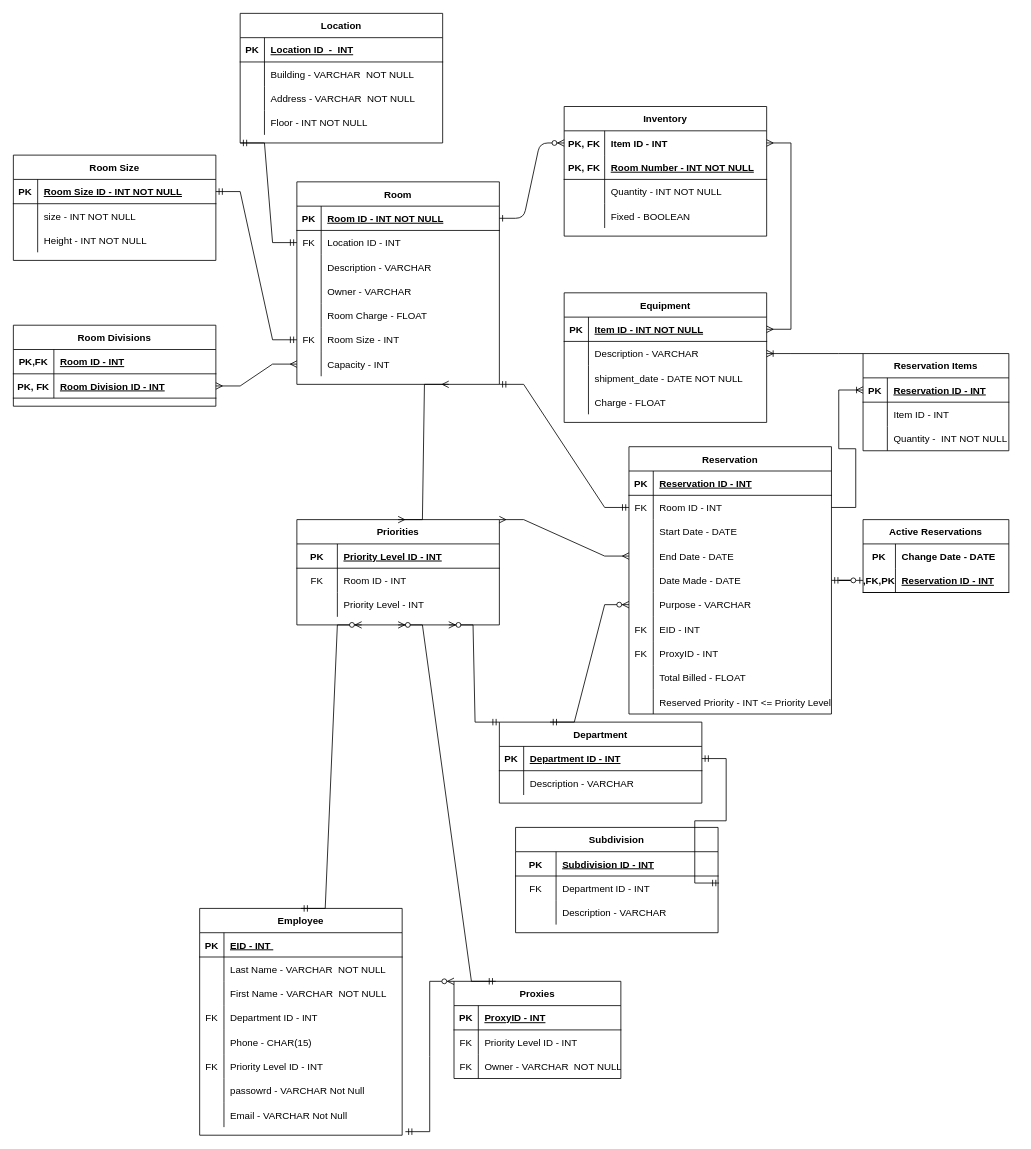
Before: Projcet1.drawio in seanjedi/comp-163-database-design-class, a draw.io diagram. Source tidied: cells renumbered, new cells numbered last; positions are measured from the earlier drawing's top-left corner, leaving out a move shared by most shapes. Both pictures are drawn from the tidied source at 81%, with x=0, y=0 at pixel (13, 13).
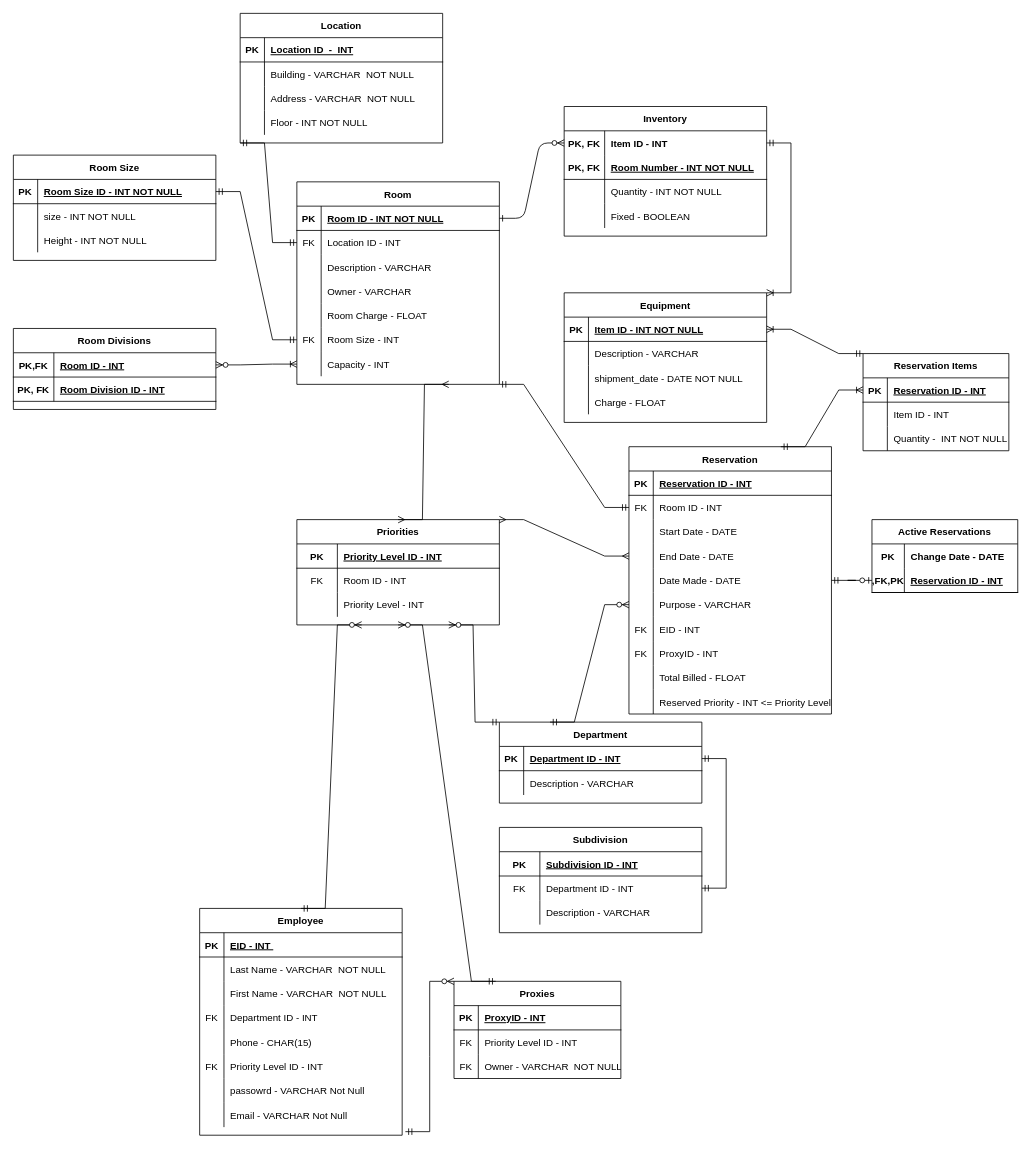
Above is the later version.

The change refers to these unchanged cells:
```xml
<mxCell id="4" style="shape=partialRectangle;fillColor=none;points=[[0,0.5],[1,0.5]];portConstraint=eastwest;top=0;left=0;right=0;bottom=0;" parent="3" vertex="1">
  <mxGeometry y="30" width="250" height="30" as="geometry" />
</mxCell>
<mxCell id="16" value="Equipment" style="shape=table;startSize=30;childLayout=tableLayout;rowLines=0;fontStyle=1;align=center;" parent="1" vertex="1">
  <mxGeometry x="680" y="345" width="250" height="160" as="geometry" />
</mxCell>
<mxCell id="17" style="shape=partialRectangle;fillColor=none;points=[[0,0.5],[1,0.5]];portConstraint=eastwest;top=0;left=0;right=0;bottom=1;" parent="16" vertex="1">
  <mxGeometry y="30" width="250" height="30" as="geometry" />
</mxCell>
<mxCell id="20" style="shape=partialRectangle;fillColor=none;points=[[0,0.5],[1,0.5]];portConstraint=eastwest;top=0;left=0;right=0;bottom=0;" parent="16" vertex="1">
  <mxGeometry y="60" width="250" height="30" as="geometry" />
</mxCell>
<mxCell id="48" style="shape=tableRow;horizontal=0;startSize=0;swimlaneHead=0;swimlaneBody=0;fillColor=none;points=[[0,0.5],[1,0.5]];portConstraint=eastwest;top=0;left=0;right=0;bottom=0;" parent="29" vertex="1">
  <mxGeometry y="210" width="250" height="30" as="geometry" />
</mxCell>
<mxCell id="78" style="shape=partialRectangle;fillColor=none;points=[[0,0.5],[1,0.5]];portConstraint=eastwest;top=0;left=0;right=0;bottom=1;" parent="77" vertex="1">
  <mxGeometry y="30" width="250" height="30" as="geometry" />
</mxCell>
<mxCell id="102" style="shape=partialRectangle;fillColor=none;points=[[0,0.5],[1,0.5]];portConstraint=eastwest;top=0;left=0;right=0;bottom=0;" parent="98" vertex="1">
  <mxGeometry y="60" width="250" height="30" as="geometry" />
</mxCell>
<mxCell id="141" style="shape=partialRectangle;fillColor=none;points=[[0,0.5],[1,0.5]];portConstraint=eastwest;top=0;left=0;right=0;bottom=1;" parent="140" vertex="1">
  <mxGeometry y="30" width="250" height="30" as="geometry" />
</mxCell>
<mxCell id="144" style="shape=tableRow;horizontal=0;startSize=0;swimlaneHead=0;swimlaneBody=0;fillColor=none;points=[[0,0.5],[1,0.5]];portConstraint=eastwest;top=0;left=0;right=0;bottom=1;" parent="140" vertex="1">
  <mxGeometry y="60" width="250" height="30" as="geometry" />
</mxCell>
<mxCell id="154" value="Reservation" style="shape=table;startSize=30;childLayout=tableLayout;rowLines=0;fontStyle=1;align=center;" parent="1" vertex="1">
  <mxGeometry x="760" y="535" width="250" height="330" as="geometry" />
</mxCell>
<mxCell id="158" style="shape=tableRow;horizontal=0;startSize=0;swimlaneHead=0;swimlaneBody=0;fillColor=none;points=[[0,0.5],[1,0.5]];portConstraint=eastwest;top=0;left=0;right=0;bottom=0;" parent="154" vertex="1">
  <mxGeometry y="60" width="250" height="30" as="geometry" />
</mxCell>
<mxCell id="186" value="Reservation Items" style="shape=table;startSize=30;childLayout=tableLayout;rowLines=0;fontStyle=1;align=center;" parent="1" vertex="1">
  <mxGeometry x="1049" y="420" width="180" height="120" as="geometry" />
</mxCell>
<mxCell id="187" style="shape=tableRow;horizontal=0;startSize=0;swimlaneHead=0;swimlaneBody=0;fillColor=none;points=[[0,0.5],[1,0.5]];portConstraint=eastwest;top=0;left=0;right=0;bottom=1;" parent="186" vertex="1">
  <mxGeometry y="30" width="180" height="30" as="geometry" />
</mxCell>
```

Change to the diagram source:
```diff
@@
-    <mxCell id="51" style="edgeStyle=entityRelationEdgeStyle;fontSize=12;html=1;endArrow=ERmany;startArrow=ERmany;rounded=0;entryX=1;entryY=0.5;entryDx=0;entryDy=0;exitX=1;exitY=0.5;exitDx=0;exitDy=0;" parent="1" edge="1" source="17" target="4">
-      <mxGeometry relative="1" as="geometry" />
-    </mxCell>
@@
     <mxCell id="98" value="Subdivision" style="shape=table;startSize=30;childLayout=tableLayout;rowLines=0;fontStyle=1;align=center;" parent="1" vertex="1">
-      <mxGeometry x="620" y="1005" width="250" height="130" as="geometry" />
+      <mxGeometry x="600" y="1005" width="250" height="130" as="geometry" />
     </mxCell>
@@
-    <mxCell id="108" style="edgeStyle=entityRelationEdgeStyle;fontSize=12;html=1;endArrow=ERmandOne;startArrow=ERmandOne;rounded=0;exitX=1.005;exitY=0.289;exitDx=0;exitDy=0;exitPerimeter=0;entryX=1;entryY=0.5;entryDx=0;entryDy=0;" parent="1" edge="1" source="102" target="78">
+    <mxCell id="108" style="edgeStyle=entityRelationEdgeStyle;fontSize=12;html=1;endArrow=ERmandOne;startArrow=ERmandOne;rounded=0;entryX=1;entryY=0.5;entryDx=0;entryDy=0;exitX=1;exitY=0.5;exitDx=0;exitDy=0;" parent="1" edge="1" source="102" target="78">
       <mxGeometry relative="1" as="geometry" />
     </mxCell>
@@
     <mxCell id="140" value="Room Divisions" style="shape=table;startSize=30;childLayout=tableLayout;rowLines=0;fontStyle=1;align=center;" parent="1" vertex="1">
-      <mxGeometry y="385" width="250" height="100" as="geometry" />
+      <mxGeometry y="389" width="250" height="100" as="geometry" />
     </mxCell>
@@
-    <mxCell id="147" style="edgeStyle=entityRelationEdgeStyle;fontSize=12;html=1;endArrow=ERmany;startArrow=ERmany;rounded=0;entryX=1;entryY=0.5;entryDx=0;entryDy=0;exitX=0;exitY=0.5;exitDx=0;exitDy=0;" parent="1" edge="1" source="48" target="144">
-      <mxGeometry relative="1" as="geometry" />
-    </mxCell>
@@
-    <mxCell id="196" style="edgeStyle=entityRelationEdgeStyle;fontSize=12;html=1;endArrow=ERoneToMany;rounded=0;exitX=0;exitY=0;exitDx=0;exitDy=0;entryX=1;entryY=0.5;entryDx=0;entryDy=0;" parent="1" edge="1" source="186" target="20">
-      <mxGeometry relative="1" as="geometry" />
-    </mxCell>
-    <mxCell id="197" style="edgeStyle=entityRelationEdgeStyle;fontSize=12;html=1;endArrow=ERoneToMany;rounded=0;exitX=1;exitY=0.5;exitDx=0;exitDy=0;entryX=0;entryY=0.5;entryDx=0;entryDy=0;" parent="1" edge="1" source="158" target="187">
-      <mxGeometry relative="1" as="geometry" />
-    </mxCell>
     <mxCell id="198" value="Active Reservations" style="shape=table;startSize=30;childLayout=tableLayout;rowLines=0;fontStyle=1;align=center;" parent="1" vertex="1">
-      <mxGeometry x="1049" y="625" width="180" height="90" as="geometry" />
+      <mxGeometry x="1060" y="625" width="180" height="90" as="geometry" />
     </mxCell>
@@
+    <mxCell id="207" style="edgeStyle=entityRelationEdgeStyle;fontSize=12;html=1;endArrow=ERoneToMany;startArrow=ERmandOne;rounded=0;entryX=1;entryY=0;entryDx=0;entryDy=0;exitX=1;exitY=0.5;exitDx=0;exitDy=0;" parent="1" edge="1" source="4" target="16">
+      <mxGeometry relative="1" as="geometry" />
+    </mxCell>
+    <mxCell id="208" style="edgeStyle=entityRelationEdgeStyle;fontSize=12;html=1;endArrow=ERoneToMany;startArrow=ERmandOne;rounded=0;entryX=0;entryY=0.5;entryDx=0;entryDy=0;exitX=0.75;exitY=0;exitDx=0;exitDy=0;" parent="1" edge="1" source="154" target="187">
+      <mxGeometry relative="1" as="geometry" />
+    </mxCell>
+    <mxCell id="209" style="edgeStyle=entityRelationEdgeStyle;fontSize=12;html=1;endArrow=ERoneToMany;startArrow=ERmandOne;rounded=0;exitX=0;exitY=0;exitDx=0;exitDy=0;entryX=1;entryY=0.5;entryDx=0;entryDy=0;" parent="1" edge="1" source="186" target="17">
+      <mxGeometry relative="1" as="geometry" />
+    </mxCell>
+    <mxCell id="210" style="edgeStyle=entityRelationEdgeStyle;fontSize=12;html=1;endArrow=ERoneToMany;startArrow=ERzeroToMany;rounded=0;exitX=1;exitY=0.5;exitDx=0;exitDy=0;entryX=0;entryY=0.5;entryDx=0;entryDy=0;" parent="1" edge="1" source="141" target="48">
+      <mxGeometry relative="1" as="geometry" />
+    </mxCell>
```
